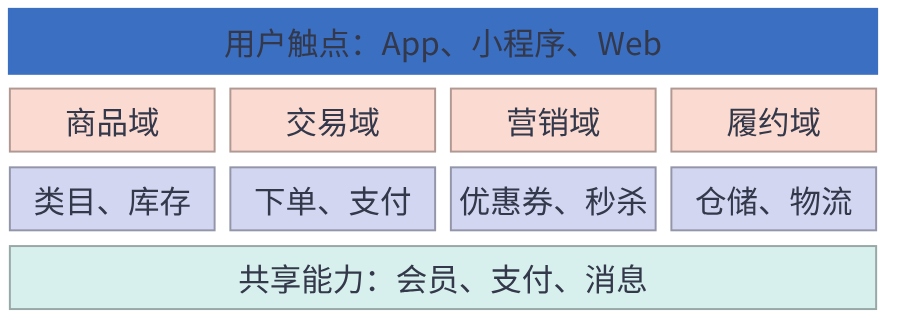
Above: docs/assets/biz_arch.png in huang-hee/diagram-kit (Mermaid), before the change. Its source is kept beside it as docs/assets/biz_arch.mmd. Its diagram source:
```mermaid
---
config:
  theme: base
  fontFamily: "PingFang SC, Microsoft YaHei, Noto Sans CJK SC, Source Han Sans SC, sans-serif"
  themeVariables:
    background: "#FFFFFF"
    primaryColor: "#FFFFFF"
    primaryBorderColor: "#3B6FC2"
    primaryTextColor: "#33384A"
    nodeTextColor: "#33384A"
    secondaryColor: "#FBDBD1"
    tertiaryColor: "#EBF1F9"
    lineColor: "#3B6FC2"
    textColor: "#33384A"
    clusterBkg: "#EBF1F9"
    clusterBorder: "#3B6FC2"
    edgeLabelBackground: "#FFFFFF"
    titleColor: "#33384A"
    noteBkgColor: "#FFF6CE"
    noteBorderColor: "#A6A086"
    noteTextColor: "#33384A"
---
block-beta
  columns 4
  ch["用户触点：App、小程序、Web"]:4
  d1["商品域"] d2["交易域"] d3["营销域"] d4["履约域"]
  c1["类目、库存"] c2["下单、支付"] c3["优惠券、秒杀"] c4["仓储、物流"]
  base["共享能力：会员、支付、消息"]:4
  class ch channel
  class d1,d2,d3,d4 domain
  class c1,c2,c3,c4 capability
  class base shared
classDef channel fill:#3B6FC2,stroke:#3B6FC2,color:#FFFFFF,stroke-width:2px
classDef domain fill:#FBDBD1,stroke:#B09992,color:#712A14
classDef capability fill:#D2D6F1,stroke:#9396A9,color:#1F2865
classDef shared fill:#D8F0ED,stroke:#97A8A6,color:#256058
classDef band fill:#EBF1F9,stroke:#3B6FC2,color:#33384A
```
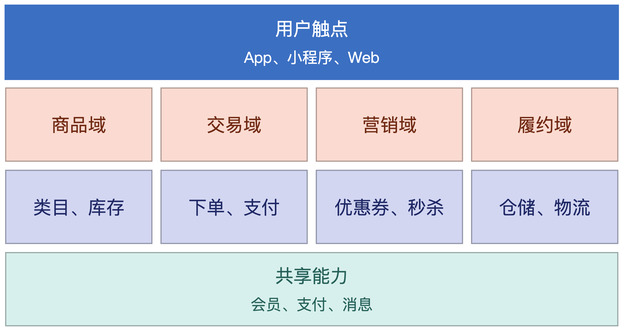
After the change.

What changed in the source:
```diff
@@ -2,6 +2,12 @@
 config:
   theme: base
   fontFamily: "PingFang SC, Microsoft YaHei, Noto Sans CJK SC, Source Han Sans SC, sans-serif"
+  flowchart:
+    curve: "step"
+    nodeSpacing: 50
+    rankSpacing: 60
+    padding: 12
+    wrappingWidth: 300
   themeVariables:
     background: "#FFFFFF"
     primaryColor: "#FFFFFF"
@@ -22,10 +28,10 @@
 ---
 block-beta
   columns 4
-  ch["用户触点：App、小程序、Web"]:4
+  ch["用户触点<br><small>App、小程序、Web</small>"]:4
   d1["商品域"] d2["交易域"] d3["营销域"] d4["履约域"]
   c1["类目、库存"] c2["下单、支付"] c3["优惠券、秒杀"] c4["仓储、物流"]
-  base["共享能力：会员、支付、消息"]:4
+  base["共享能力<br><small>会员、支付、消息</small>"]:4
   class ch channel
   class d1,d2,d3,d4 domain
   class c1,c2,c3,c4 capability
```
